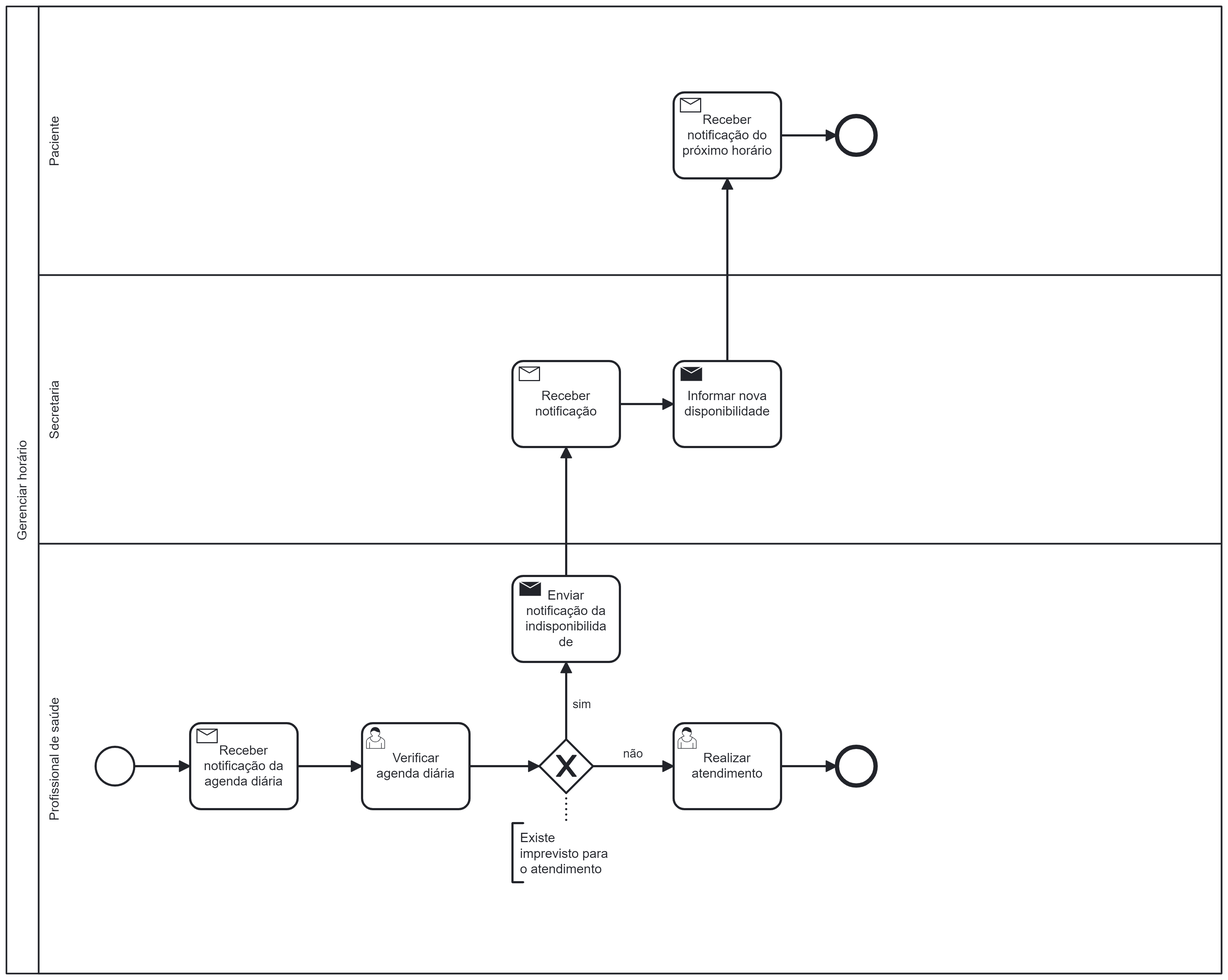
Earlier version of the BPMN export docs/images/processo_4_gerenciar_horario.png (bragap/healthassist-faculdade-2p). Its source is kept beside it as assets/processes/processo_4_gerenciar_horario.bpmn. Ids are renumbered.
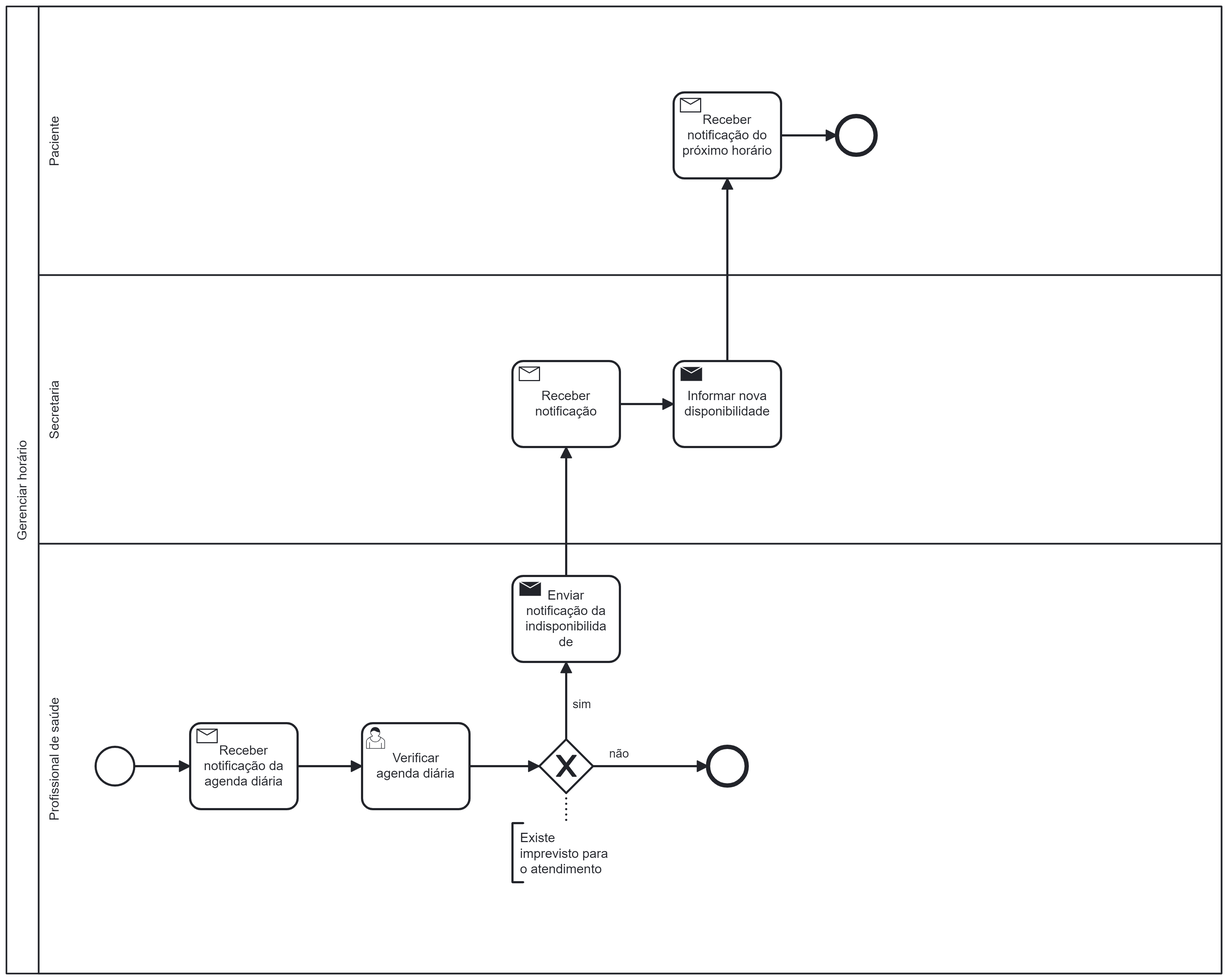
Later version of the same file.

Commit message:
Atualização do processo 4 #63

The edit, as a diff of the source:
```diff
@@ -10,7 +10,6 @@
         <bpmn:flowNodeRef>Activity_n8</bpmn:flowNodeRef>
         <bpmn:flowNodeRef>Gateway_n9</bpmn:flowNodeRef>
         <bpmn:flowNodeRef>Activity_n10</bpmn:flowNodeRef>
-        <bpmn:flowNodeRef>Activity_n11</bpmn:flowNodeRef>
         <bpmn:flowNodeRef>Event_n12</bpmn:flowNodeRef>
       </bpmn:lane>
       <bpmn:lane id="Lane_n13" name="Secretaria">
@@ -58,21 +57,16 @@
     <bpmn:sequenceFlow id="Flow_n20" sourceRef="Activity_n7" targetRef="Activity_n8" />
     <bpmn:sequenceFlow id="Flow_n21" sourceRef="Activity_n8" targetRef="Gateway_n9" />
     <bpmn:sequenceFlow id="Flow_n22" name="sim" sourceRef="Gateway_n9" targetRef="Activity_n10" />
-    <bpmn:sequenceFlow id="Flow_n23" name="não" sourceRef="Gateway_n9" targetRef="Activity_n11" />
+    <bpmn:sequenceFlow id="Flow_n23" name="não" sourceRef="Gateway_n9" targetRef="Event_n12" />
     <bpmn:sequenceFlow id="Flow_n24" sourceRef="Activity_n10" targetRef="Activity_n14" />
     <bpmn:sequenceFlow id="Flow_n25" sourceRef="Activity_n14" targetRef="Activity_n15" />
     <bpmn:sequenceFlow id="Flow_n26" sourceRef="Activity_n15" targetRef="Activity_n17" />
-    <bpmn:sequenceFlow id="Flow_n28" sourceRef="Activity_n11" targetRef="Event_n12" />
     <bpmn:endEvent id="Event_n18">
       <bpmn:incoming>Flow_n27</bpmn:incoming>
     </bpmn:endEvent>
     <bpmn:sequenceFlow id="Flow_n27" sourceRef="Activity_n17" targetRef="Event_n18" />
-    <bpmn:userTask id="Activity_n11" name="Realizar atendimento">
+    <bpmn:endEvent id="Event_n12">
       <bpmn:incoming>Flow_n23</bpmn:incoming>
-      <bpmn:outgoing>Flow_n28</bpmn:outgoing>
-    </bpmn:userTask>
-    <bpmn:endEvent id="Event_n12">
-      <bpmn:incoming>Flow_n28</bpmn:incoming>
     </bpmn:endEvent>
     <bpmn:textAnnotation id="TextAnnotation_n29">
       <bpmn:text>Existe imprevisto para o atendimento</bpmn:text>
@@ -123,19 +117,15 @@
       <bpmndi:BPMNShape id="Activity_0tf8ryx_di" bpmnElement="Activity_n15">
         <dc:Bounds x="750" y="410" width="100" height="80" />
       </bpmndi:BPMNShape>
+      <bpmndi:BPMNShape id="Event_n18_di" bpmnElement="Event_n18">
+        <dc:Bounds x="902" y="182" width="36" height="36" />
+      </bpmndi:BPMNShape>
       <bpmndi:BPMNShape id="TextAnnotation_n29_di" bpmnElement="TextAnnotation_n29">
         <dc:Bounds x="600" y="840" width="99.99999794078421" height="54.993252361673406" />
         <bpmndi:BPMNLabel />
       </bpmndi:BPMNShape>
-      <bpmndi:BPMNShape id="Event_n18_di" bpmnElement="Event_n18">
-        <dc:Bounds x="902" y="182" width="36" height="36" />
-      </bpmndi:BPMNShape>
-      <bpmndi:BPMNShape id="Activity_0ib7bg7_di" bpmnElement="Activity_n11">
-        <dc:Bounds x="750" y="747" width="100" height="80" />
-        <bpmndi:BPMNLabel />
-      </bpmndi:BPMNShape>
       <bpmndi:BPMNShape id="Event_n12_di" bpmnElement="Event_n12">
-        <dc:Bounds x="902" y="769" width="36" height="36" />
+        <dc:Bounds x="782" y="769" width="36" height="36" />
       </bpmndi:BPMNShape>
       <bpmndi:BPMNEdge id="Flow_n19_di" bpmnElement="Flow_n19">
         <di:waypoint x="248" y="787" />
@@ -158,9 +148,9 @@
       </bpmndi:BPMNEdge>
       <bpmndi:BPMNEdge id="Flow_n23_di" bpmnElement="Flow_n23">
         <di:waypoint x="675" y="787" />
-        <di:waypoint x="750" y="787" />
+        <di:waypoint x="782" y="787" />
         <bpmndi:BPMNLabel>
-          <dc:Bounds x="703" y="769" width="19" height="14" />
+          <dc:Bounds x="690" y="769" width="19" height="14" />
         </bpmndi:BPMNLabel>
       </bpmndi:BPMNEdge>
       <bpmndi:BPMNEdge id="Flow_n24_di" bpmnElement="Flow_n24">
@@ -175,18 +165,14 @@
         <di:waypoint x="800" y="410" />
         <di:waypoint x="800" y="240" />
       </bpmndi:BPMNEdge>
+      <bpmndi:BPMNEdge id="Flow_n27_di" bpmnElement="Flow_n27">
+        <di:waypoint x="850" y="200" />
+        <di:waypoint x="902" y="200" />
+      </bpmndi:BPMNEdge>
       <bpmndi:BPMNEdge id="Association_n30_di" bpmnElement="Association_n30">
         <di:waypoint x="650" y="812" />
         <di:waypoint x="650" y="840" />
       </bpmndi:BPMNEdge>
-      <bpmndi:BPMNEdge id="Flow_n28_di" bpmnElement="Flow_n28">
-        <di:waypoint x="850" y="787" />
-        <di:waypoint x="902" y="787" />
-      </bpmndi:BPMNEdge>
-      <bpmndi:BPMNEdge id="Flow_n27_di" bpmnElement="Flow_n27">
-        <di:waypoint x="850" y="200" />
-        <di:waypoint x="902" y="200" />
-      </bpmndi:BPMNEdge>
     </bpmndi:BPMNPlane>
   </bpmndi:BPMNDiagram>
 </bpmn:definitions>
```
